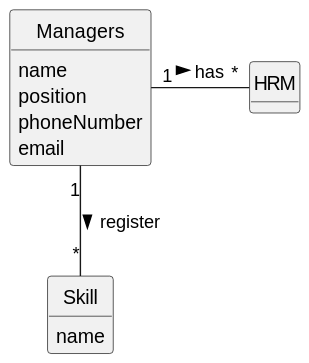
Departamento-de-Engenharia-Informatica/lei-24-s2-1df-1de-g063 keeps this PlantUML diagram as docs/sprintA/us001/02.analysis/svg/us001-domain-model.svg. Above is the earlier version.
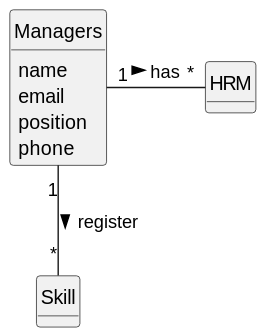
The same diagram one commit later.

Diff of the diagram source:
```diff
@@ -12,13 +12,13 @@
 
 class Managers {
     name
+    email
     position
-    phoneNumber
-    email
+    phone
 }
 
 class Skill{
-    name
+
 }
 
 
```
